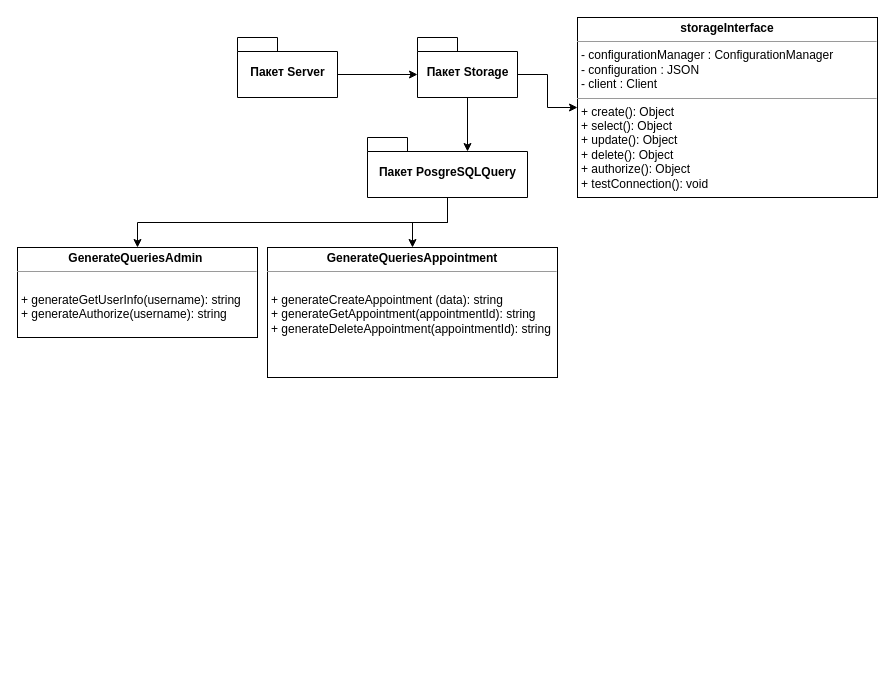
Before: uml server modules.drawio in arturyumaev/Bachelor-Diploma-Docs, a draw.io diagram. Source tidied: cells renumbered, new cells numbered last; positions are measured from the earlier drawing's top-left corner, leaving out a move shared by most shapes. Both pictures are drawn from the tidied source at 100%, with x=0, y=0 at pixel (17, 17).
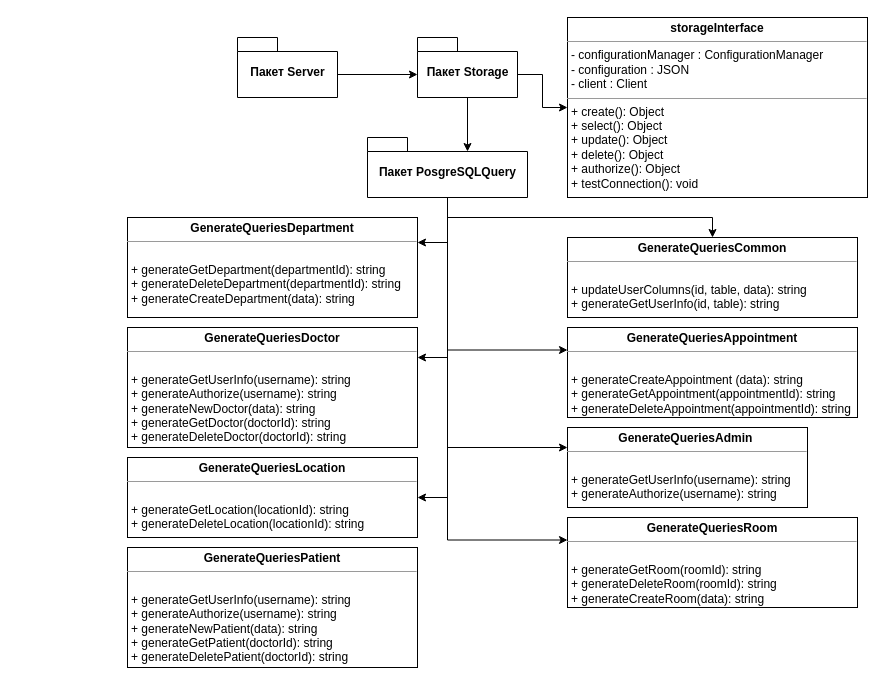
The same diagram, later.

The change refers to these unchanged cells:
```xml
<mxCell id="10" value="Пакет PosgreSQLQuery" style="shape=folder;fontStyle=1;spacingTop=10;tabWidth=40;tabHeight=14;tabPosition=left;html=1;" parent="1" vertex="1">
  <mxGeometry x="350" y="120" width="160" height="60" as="geometry" />
</mxCell>
```

Diff of the diagram source:
```diff
@@
     <mxCell id="7" value="&lt;p style=&quot;margin: 0px ; margin-top: 4px ; text-align: center&quot;&gt;&lt;b&gt;storageInterface&lt;/b&gt;&lt;/p&gt;&lt;hr size=&quot;1&quot;&gt;&lt;p style=&quot;margin: 0px ; margin-left: 4px&quot;&gt;- configurationManager&amp;nbsp;: ConfigurationManager&lt;/p&gt;&lt;p style=&quot;margin: 0px ; margin-left: 4px&quot;&gt;- configuration : JSON&lt;/p&gt;&lt;p style=&quot;margin: 0px ; margin-left: 4px&quot;&gt;- client : Client&lt;/p&gt;&lt;hr size=&quot;1&quot;&gt;&lt;p style=&quot;margin: 0px ; margin-left: 4px&quot;&gt;+ create(): Object&lt;/p&gt;&lt;p style=&quot;margin: 0px ; margin-left: 4px&quot;&gt;+ select(): Object&lt;br&gt;&lt;/p&gt;&lt;p style=&quot;margin: 0px ; margin-left: 4px&quot;&gt;+ update(): Object&lt;br&gt;&lt;/p&gt;&lt;p style=&quot;margin: 0px ; margin-left: 4px&quot;&gt;+ delete(): Object&lt;br&gt;&lt;/p&gt;&lt;p style=&quot;margin: 0px ; margin-left: 4px&quot;&gt;+ authorize(): Object&lt;br&gt;&lt;/p&gt;&lt;p style=&quot;margin: 0px ; margin-left: 4px&quot;&gt;+ testConnection(): void&lt;/p&gt;" style="verticalAlign=top;align=left;overflow=fill;fontSize=12;fontFamily=Helvetica;html=1;" parent="1" vertex="1">
-      <mxGeometry x="560" width="300" height="180" as="geometry" />
+      <mxGeometry x="550" width="300" height="180" as="geometry" />
     </mxCell>
-    <mxCell id="8" style="edgeStyle=orthogonalEdgeStyle;rounded=0;jettySize=auto;html=1;exitX=0.5;exitY=1;exitDx=0;exitDy=0;exitPerimeter=0;entryX=0.5;entryY=0;entryDx=0;entryDy=0;" parent="1" edge="1" source="10" target="11">
+    <mxCell id="8" style="edgeStyle=orthogonalEdgeStyle;rounded=0;jettySize=auto;html=1;exitX=0.5;exitY=1;exitDx=0;exitDy=0;exitPerimeter=0;entryX=0;entryY=0.25;entryDx=0;entryDy=0;" parent="1" edge="1" source="10" target="11">
       <mxGeometry relative="1" as="geometry" />
     </mxCell>
-    <mxCell id="9" style="edgeStyle=orthogonalEdgeStyle;rounded=0;jettySize=auto;html=1;exitX=0.5;exitY=1;exitDx=0;exitDy=0;exitPerimeter=0;entryX=0.5;entryY=0;entryDx=0;entryDy=0;" parent="1" edge="1" source="10" target="12">
+    <mxCell id="9" style="edgeStyle=orthogonalEdgeStyle;rounded=0;jettySize=auto;html=1;exitX=0.5;exitY=1;exitDx=0;exitDy=0;exitPerimeter=0;entryX=0;entryY=0.25;entryDx=0;entryDy=0;" parent="1" edge="1" source="10" target="12">
       <mxGeometry relative="1" as="geometry" />
     </mxCell>
+    <mxCell id="13" style="edgeStyle=orthogonalEdgeStyle;rounded=0;jettySize=auto;html=1;exitX=0.5;exitY=1;exitDx=0;exitDy=0;exitPerimeter=0;entryX=0.5;entryY=0;entryDx=0;entryDy=0;" parent="1" edge="1" source="10" target="18">
+      <mxGeometry relative="1" as="geometry" />
+    </mxCell>
+    <mxCell id="14" style="edgeStyle=orthogonalEdgeStyle;rounded=0;jettySize=auto;html=1;exitX=0.5;exitY=1;exitDx=0;exitDy=0;exitPerimeter=0;entryX=1;entryY=0.25;entryDx=0;entryDy=0;" parent="1" edge="1" source="10" target="19">
+      <mxGeometry relative="1" as="geometry" />
+    </mxCell>
+    <mxCell id="15" style="edgeStyle=orthogonalEdgeStyle;rounded=0;jettySize=auto;html=1;exitX=0.5;exitY=1;exitDx=0;exitDy=0;exitPerimeter=0;entryX=1;entryY=0.25;entryDx=0;entryDy=0;" parent="1" edge="1" source="10" target="20">
+      <mxGeometry relative="1" as="geometry" />
+    </mxCell>
+    <mxCell id="16" style="edgeStyle=orthogonalEdgeStyle;rounded=0;jettySize=auto;html=1;exitX=0.5;exitY=1;exitDx=0;exitDy=0;exitPerimeter=0;entryX=1;entryY=0.5;entryDx=0;entryDy=0;" parent="1" edge="1" source="10" target="21">
+      <mxGeometry relative="1" as="geometry" />
+    </mxCell>
+    <mxCell id="17" style="edgeStyle=orthogonalEdgeStyle;rounded=0;jettySize=auto;html=1;exitX=0.5;exitY=1;exitDx=0;exitDy=0;exitPerimeter=0;entryX=0;entryY=0.25;entryDx=0;entryDy=0;" parent="1" edge="1" source="10" target="23">
+      <mxGeometry relative="1" as="geometry" />
+    </mxCell>
@@
     <mxCell id="11" value="&lt;p style=&quot;margin: 0px ; margin-top: 4px ; text-align: center&quot;&gt;&lt;b&gt;GenerateQueriesAdmin&amp;nbsp;&lt;/b&gt;&lt;br&gt;&lt;/p&gt;&lt;hr size=&quot;1&quot;&gt;&lt;p style=&quot;margin: 0px ; margin-left: 4px&quot;&gt;&lt;br&gt;&lt;/p&gt;&lt;p style=&quot;margin: 0px ; margin-left: 4px&quot;&gt;+ generateGetUserInfo(username): string&lt;/p&gt;&lt;p style=&quot;margin: 0px ; margin-left: 4px&quot;&gt;+ generateAuthorize(username): string&lt;/p&gt;" style="verticalAlign=top;align=left;overflow=fill;fontSize=12;fontFamily=Helvetica;html=1;" parent="1" vertex="1">
-      <mxGeometry y="230" width="240" height="90" as="geometry" />
+      <mxGeometry x="550" y="410" width="240" height="80" as="geometry" />
     </mxCell>
     <mxCell id="12" value="&lt;p style=&quot;margin: 0px ; margin-top: 4px ; text-align: center&quot;&gt;&lt;b&gt;GenerateQueriesAppointment&lt;/b&gt;&lt;br&gt;&lt;/p&gt;&lt;hr size=&quot;1&quot;&gt;&lt;p style=&quot;margin: 0px ; margin-left: 4px&quot;&gt;&lt;br&gt;&lt;/p&gt;&lt;p style=&quot;margin: 0px ; margin-left: 4px&quot;&gt;+ generateCreateAppointment (data): string&lt;/p&gt;&lt;p style=&quot;margin: 0px ; margin-left: 4px&quot;&gt;+ generateGetAppointment(appointmentId): string&lt;/p&gt;&lt;p style=&quot;margin: 0px ; margin-left: 4px&quot;&gt;+&amp;nbsp;generateDeleteAppointment(appointmentId): string&lt;/p&gt;" style="verticalAlign=top;align=left;overflow=fill;fontSize=12;fontFamily=Helvetica;html=1;" parent="1" vertex="1">
-      <mxGeometry x="250" y="230" width="290" height="130" as="geometry" />
+      <mxGeometry x="550" y="310" width="290" height="90" as="geometry" />
     </mxCell>
+    <mxCell id="18" value="&lt;p style=&quot;margin: 0px ; margin-top: 4px ; text-align: center&quot;&gt;&lt;b&gt;GenerateQueriesCommon&lt;/b&gt;&lt;br&gt;&lt;/p&gt;&lt;hr size=&quot;1&quot;&gt;&lt;p style=&quot;margin: 0px ; margin-left: 4px&quot;&gt;&lt;br&gt;&lt;/p&gt;&lt;p style=&quot;margin: 0px ; margin-left: 4px&quot;&gt;+ updateUserColumns(id, table, data): string&lt;/p&gt;&lt;p style=&quot;margin: 0px ; margin-left: 4px&quot;&gt;+ generateGetUserInfo(id, table): string&lt;/p&gt;" style="verticalAlign=top;align=left;overflow=fill;fontSize=12;fontFamily=Helvetica;html=1;" parent="1" vertex="1">
+      <mxGeometry x="550" y="220" width="290" height="80" as="geometry" />
+    </mxCell>
+    <mxCell id="19" value="&lt;p style=&quot;margin: 0px ; margin-top: 4px ; text-align: center&quot;&gt;&lt;b&gt;GenerateQueriesDepartment&lt;/b&gt;&lt;br&gt;&lt;/p&gt;&lt;hr size=&quot;1&quot;&gt;&lt;p style=&quot;margin: 0px ; margin-left: 4px&quot;&gt;&lt;br&gt;&lt;/p&gt;&lt;p style=&quot;margin: 0px ; margin-left: 4px&quot;&gt;+ generateGetDepartment(departmentId): string&lt;/p&gt;&lt;p style=&quot;margin: 0px ; margin-left: 4px&quot;&gt;+ generateDeleteDepartment(departmentId): string&lt;/p&gt;&lt;p style=&quot;margin: 0px ; margin-left: 4px&quot;&gt;+&amp;nbsp;generateCreateDepartment(data): string&lt;/p&gt;" style="verticalAlign=top;align=left;overflow=fill;fontSize=12;fontFamily=Helvetica;html=1;" parent="1" vertex="1">
+      <mxGeometry x="110" y="200" width="290" height="100" as="geometry" />
+    </mxCell>
+    <mxCell id="20" value="&lt;p style=&quot;margin: 0px ; margin-top: 4px ; text-align: center&quot;&gt;&lt;b&gt;GenerateQueriesDoctor&lt;/b&gt;&lt;br&gt;&lt;/p&gt;&lt;hr size=&quot;1&quot;&gt;&lt;p style=&quot;margin: 0px ; margin-left: 4px&quot;&gt;&lt;br&gt;&lt;/p&gt;&lt;p style=&quot;margin: 0px ; margin-left: 4px&quot;&gt;+ generateGetUserInfo(username): string&lt;/p&gt;&lt;p style=&quot;margin: 0px ; margin-left: 4px&quot;&gt;+ generateAuthorize(username): string&lt;/p&gt;&lt;p style=&quot;margin: 0px ; margin-left: 4px&quot;&gt;+&amp;nbsp;generateNewDoctor(data): string&lt;/p&gt;&lt;p style=&quot;margin: 0px ; margin-left: 4px&quot;&gt;+&amp;nbsp;generateGetDoctor(doctorId): string&lt;br&gt;+&amp;nbsp;generateDeleteDoctor(doctorId): string&lt;/p&gt;" style="verticalAlign=top;align=left;overflow=fill;fontSize=12;fontFamily=Helvetica;html=1;" parent="1" vertex="1">
+      <mxGeometry x="110" y="310" width="290" height="120" as="geometry" />
+    </mxCell>
+    <mxCell id="21" value="&lt;p style=&quot;margin: 0px ; margin-top: 4px ; text-align: center&quot;&gt;&lt;b&gt;GenerateQueriesLocation&lt;/b&gt;&lt;br&gt;&lt;/p&gt;&lt;hr size=&quot;1&quot;&gt;&lt;p style=&quot;margin: 0px ; margin-left: 4px&quot;&gt;&lt;br&gt;&lt;/p&gt;&lt;p style=&quot;margin: 0px ; margin-left: 4px&quot;&gt;+ generateGetLocation(locationId): string&lt;/p&gt;&lt;p style=&quot;margin: 0px ; margin-left: 4px&quot;&gt;+ generateDeleteLocation(locationId): string&lt;br&gt;&lt;/p&gt;" style="verticalAlign=top;align=left;overflow=fill;fontSize=12;fontFamily=Helvetica;html=1;" parent="1" vertex="1">
+      <mxGeometry x="110" y="440" width="290" height="80" as="geometry" />
+    </mxCell>
+    <mxCell id="22" value="&lt;p style=&quot;margin: 0px ; margin-top: 4px ; text-align: center&quot;&gt;&lt;b&gt;GenerateQueriesPatient&lt;/b&gt;&lt;/p&gt;&lt;hr size=&quot;1&quot;&gt;&lt;p style=&quot;margin: 0px ; margin-left: 4px&quot;&gt;&lt;br&gt;&lt;/p&gt;&lt;p style=&quot;margin: 0px ; margin-left: 4px&quot;&gt;+ generateGetUserInfo(username): string&lt;/p&gt;&lt;p style=&quot;margin: 0px ; margin-left: 4px&quot;&gt;+ generateAuthorize(username): string&lt;/p&gt;&lt;p style=&quot;margin: 0px ; margin-left: 4px&quot;&gt;+&amp;nbsp;generateNewPatient(data): string&lt;/p&gt;&lt;p style=&quot;margin: 0px ; margin-left: 4px&quot;&gt;+&amp;nbsp;generateGetPatient(doctorId): string&lt;br&gt;+&amp;nbsp;generateDeletePatient(doctorId): string&lt;/p&gt;" style="verticalAlign=top;align=left;overflow=fill;fontSize=12;fontFamily=Helvetica;html=1;" parent="1" vertex="1">
+      <mxGeometry x="110" y="530" width="290" height="120" as="geometry" />
+    </mxCell>
+    <mxCell id="23" value="&lt;p style=&quot;margin: 0px ; margin-top: 4px ; text-align: center&quot;&gt;&lt;b&gt;GenerateQueriesRoom&lt;/b&gt;&lt;br&gt;&lt;/p&gt;&lt;hr size=&quot;1&quot;&gt;&lt;p style=&quot;margin: 0px ; margin-left: 4px&quot;&gt;&lt;br&gt;&lt;/p&gt;&lt;p style=&quot;margin: 0px ; margin-left: 4px&quot;&gt;+ generateGetRoom(roomId): string&lt;/p&gt;&lt;p style=&quot;margin: 0px ; margin-left: 4px&quot;&gt;+ generateDeleteRoom(roomId): string&lt;/p&gt;&lt;p style=&quot;margin: 0px ; margin-left: 4px&quot;&gt;+&amp;nbsp;generateCreateRoom(data): string&lt;/p&gt;" style="verticalAlign=top;align=left;overflow=fill;fontSize=12;fontFamily=Helvetica;html=1;" parent="1" vertex="1">
+      <mxGeometry x="550" y="500" width="290" height="90" as="geometry" />
+    </mxCell>
```
